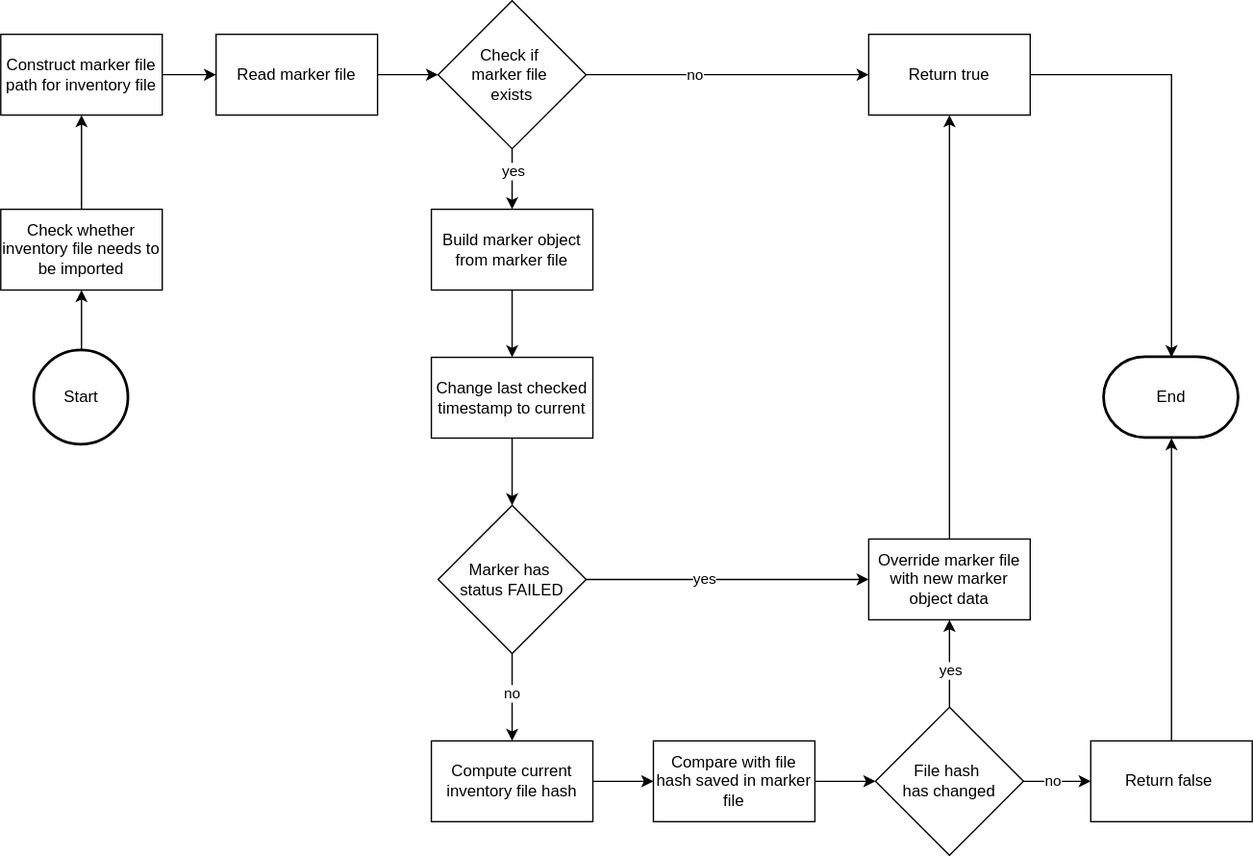
Earlier version of the draw.io export metaeffekt-inventory-index/ae-inventory-importer-service/docs/images/inventory-needs-to-be-imported-check.drawio.svg (org-metaeffekt/metaeffekt-documentation). Source tidied: cells renumbered, new cells last; positions are measured from the earlier drawing's top-left corner, leaving out a move shared by most shapes. The source it was exported from:
```xml
<mxGraphModel>
  <root>
    <mxCell id="0" />
    <mxCell id="1" parent="0" />
    <mxCell id="2" style="edgeStyle=orthogonalEdgeStyle;rounded=0;jettySize=auto;html=1;" parent="1" edge="1" source="3" target="10">
      <mxGeometry relative="1" as="geometry" />
    </mxCell>
    <mxCell id="3" value="Check whether inventory file needs to be imported" style="rounded=0;whiteSpace=wrap;html=1;" parent="1" vertex="1">
      <mxGeometry y="155" width="120" height="60" as="geometry" />
    </mxCell>
    <mxCell id="4" style="edgeStyle=orthogonalEdgeStyle;rounded=0;jettySize=auto;html=1;" parent="1" edge="1" source="8" target="14">
      <mxGeometry relative="1" as="geometry" />
    </mxCell>
    <mxCell id="5" value="no" style="edgeLabel;html=1;align=center;verticalAlign=middle;" parent="4" vertex="1">
      <mxGeometry x="-0.25" relative="1" as="geometry">
        <mxPoint x="1" y="-1" as="offset" />
      </mxGeometry>
    </mxCell>
    <mxCell id="6" style="edgeStyle=orthogonalEdgeStyle;rounded=0;jettySize=auto;html=1;" parent="1" edge="1" source="8" target="17">
      <mxGeometry relative="1" as="geometry" />
    </mxCell>
    <mxCell id="7" value="yes" style="edgeLabel;html=1;align=center;verticalAlign=middle;" parent="6" vertex="1">
      <mxGeometry x="-0.29" relative="1" as="geometry" />
    </mxCell>
    <mxCell id="8" value="Check if&amp;nbsp;&lt;div&gt;marker&amp;nbsp;&lt;span style=&quot;background-color: transparent; color: light-dark(rgb(0, 0, 0), rgb(255, 255, 255));&quot;&gt;file&amp;nbsp;&lt;/span&gt;&lt;/div&gt;&lt;div&gt;&lt;span style=&quot;background-color: transparent; color: light-dark(rgb(0, 0, 0), rgb(255, 255, 255));&quot;&gt;exists&lt;/span&gt;&lt;/div&gt;" style="rhombus;whiteSpace=wrap;html=1;" parent="1" vertex="1">
      <mxGeometry x="325" width="110" height="110" as="geometry" />
    </mxCell>
    <mxCell id="9" style="edgeStyle=orthogonalEdgeStyle;rounded=0;jettySize=auto;html=1;" parent="1" edge="1" source="10" target="12">
      <mxGeometry relative="1" as="geometry" />
    </mxCell>
    <mxCell id="10" value="Construct marker file path for inventory file" style="rounded=0;whiteSpace=wrap;html=1;" parent="1" vertex="1">
      <mxGeometry y="25" width="120" height="60" as="geometry" />
    </mxCell>
    <mxCell id="11" style="edgeStyle=orthogonalEdgeStyle;rounded=0;jettySize=auto;html=1;" parent="1" edge="1" source="12" target="8">
      <mxGeometry relative="1" as="geometry" />
    </mxCell>
    <mxCell id="12" value="Read marker file" style="rounded=0;whiteSpace=wrap;html=1;" parent="1" vertex="1">
      <mxGeometry x="160" y="25" width="120" height="60" as="geometry" />
    </mxCell>
    <mxCell id="13" value="End" style="strokeWidth=2;html=1;shape=mxgraph.flowchart.terminator;whiteSpace=wrap;" parent="1" vertex="1">
      <mxGeometry x="820" y="265" width="100" height="60" as="geometry" />
    </mxCell>
    <mxCell id="14" value="Return true" style="rounded=0;whiteSpace=wrap;html=1;" parent="1" vertex="1">
      <mxGeometry x="645" y="25" width="120" height="60" as="geometry" />
    </mxCell>
    <mxCell id="15" style="edgeStyle=orthogonalEdgeStyle;rounded=0;jettySize=auto;html=1;entryX=0.5;entryY=0;entryDx=0;entryDy=0;entryPerimeter=0;" parent="1" edge="1" source="14" target="13">
      <mxGeometry relative="1" as="geometry" />
    </mxCell>
    <mxCell id="16" style="edgeStyle=orthogonalEdgeStyle;rounded=0;jettySize=auto;html=1;" parent="1" edge="1" source="17" target="19">
      <mxGeometry relative="1" as="geometry" />
    </mxCell>
    <mxCell id="17" value="Build marker object from marker file" style="rounded=0;whiteSpace=wrap;html=1;" parent="1" vertex="1">
      <mxGeometry x="320" y="155" width="120" height="60" as="geometry" />
    </mxCell>
    <mxCell id="18" style="edgeStyle=orthogonalEdgeStyle;rounded=0;jettySize=auto;html=1;" parent="1" edge="1" source="19" target="24">
      <mxGeometry relative="1" as="geometry" />
    </mxCell>
    <mxCell id="19" value="Change last checked timestamp to current" style="rounded=0;whiteSpace=wrap;html=1;" parent="1" vertex="1">
      <mxGeometry x="320" y="265" width="120" height="60" as="geometry" />
    </mxCell>
    <mxCell id="20" style="edgeStyle=orthogonalEdgeStyle;rounded=0;jettySize=auto;html=1;" parent="1" edge="1" source="24" target="26">
      <mxGeometry relative="1" as="geometry" />
    </mxCell>
    <mxCell id="21" value="yes" style="edgeLabel;html=1;align=center;verticalAlign=middle;" parent="20" vertex="1">
      <mxGeometry x="-0.16" y="-1" relative="1" as="geometry">
        <mxPoint x="-1" y="-2" as="offset" />
      </mxGeometry>
    </mxCell>
    <mxCell id="22" style="edgeStyle=orthogonalEdgeStyle;rounded=0;jettySize=auto;html=1;" parent="1" edge="1" source="24" target="28">
      <mxGeometry relative="1" as="geometry" />
    </mxCell>
    <mxCell id="23" value="no" style="edgeLabel;html=1;align=center;verticalAlign=middle;" parent="22" vertex="1">
      <mxGeometry x="-0.05" relative="1" as="geometry">
        <mxPoint x="-1" y="-2" as="offset" />
      </mxGeometry>
    </mxCell>
    <mxCell id="24" value="Marker has&amp;nbsp;&lt;div&gt;status FAILED&lt;/div&gt;" style="rhombus;whiteSpace=wrap;html=1;" parent="1" vertex="1">
      <mxGeometry x="325" y="375" width="110" height="110" as="geometry" />
    </mxCell>
    <mxCell id="25" style="edgeStyle=orthogonalEdgeStyle;rounded=0;jettySize=auto;html=1;entryX=0.5;entryY=1;entryDx=0;entryDy=0;" parent="1" edge="1" source="26" target="14">
      <mxGeometry relative="1" as="geometry" />
    </mxCell>
    <mxCell id="26" value="Override marker file with new marker object data" style="rounded=0;whiteSpace=wrap;html=1;" parent="1" vertex="1">
      <mxGeometry x="645" y="400" width="120" height="60" as="geometry" />
    </mxCell>
    <mxCell id="27" style="edgeStyle=orthogonalEdgeStyle;rounded=0;jettySize=auto;html=1;entryX=0;entryY=0.5;entryDx=0;entryDy=0;" parent="1" edge="1" source="28" target="35">
      <mxGeometry relative="1" as="geometry" />
    </mxCell>
    <mxCell id="28" value="Compute current inventory file hash" style="rounded=0;whiteSpace=wrap;html=1;" parent="1" vertex="1">
      <mxGeometry x="320" y="550" width="120" height="60" as="geometry" />
    </mxCell>
    <mxCell id="29" style="edgeStyle=orthogonalEdgeStyle;rounded=0;jettySize=auto;html=1;entryX=0.5;entryY=1;entryDx=0;entryDy=0;" parent="1" edge="1" source="33" target="26">
      <mxGeometry relative="1" as="geometry" />
    </mxCell>
    <mxCell id="30" value="yes" style="edgeLabel;html=1;align=center;verticalAlign=middle;" parent="29" vertex="1">
      <mxGeometry x="-0.56" relative="1" as="geometry">
        <mxPoint y="-14" as="offset" />
      </mxGeometry>
    </mxCell>
    <mxCell id="31" style="edgeStyle=orthogonalEdgeStyle;rounded=0;jettySize=auto;html=1;" parent="1" edge="1" source="33" target="36">
      <mxGeometry relative="1" as="geometry" />
    </mxCell>
    <mxCell id="32" value="no" style="edgeLabel;html=1;align=center;verticalAlign=middle;" parent="31" vertex="1">
      <mxGeometry x="-0.16" y="-1" relative="1" as="geometry">
        <mxPoint y="-2" as="offset" />
      </mxGeometry>
    </mxCell>
    <mxCell id="33" value="File hash&amp;nbsp;&lt;div&gt;has changed&lt;/div&gt;" style="rhombus;whiteSpace=wrap;html=1;" parent="1" vertex="1">
      <mxGeometry x="650" y="525" width="110" height="110" as="geometry" />
    </mxCell>
    <mxCell id="34" style="edgeStyle=orthogonalEdgeStyle;rounded=0;jettySize=auto;html=1;" parent="1" edge="1" source="35" target="33">
      <mxGeometry relative="1" as="geometry" />
    </mxCell>
    <mxCell id="35" value="Compare with file hash saved in marker file" style="rounded=0;whiteSpace=wrap;html=1;" parent="1" vertex="1">
      <mxGeometry x="485" y="550" width="120" height="60" as="geometry" />
    </mxCell>
    <mxCell id="36" value="Return false&amp;nbsp;" style="rounded=0;whiteSpace=wrap;html=1;" parent="1" vertex="1">
      <mxGeometry x="810" y="550" width="120" height="60" as="geometry" />
    </mxCell>
    <mxCell id="37" style="edgeStyle=orthogonalEdgeStyle;rounded=0;jettySize=auto;html=1;exitX=0.5;exitY=0;exitDx=0;exitDy=0;entryX=0.5;entryY=1;entryDx=0;entryDy=0;entryPerimeter=0;" parent="1" edge="1" source="36" target="13">
      <mxGeometry relative="1" as="geometry" />
    </mxCell>
    <mxCell id="38" style="edgeStyle=orthogonalEdgeStyle;rounded=0;jettySize=auto;html=1;" parent="1" edge="1" source="39" target="3">
      <mxGeometry relative="1" as="geometry" />
    </mxCell>
    <mxCell id="39" value="Start" style="strokeWidth=2;html=1;shape=mxgraph.flowchart.start_2;whiteSpace=wrap;" parent="1" vertex="1">
      <mxGeometry x="25" y="260" width="70" height="70" as="geometry" />
    </mxCell>
  </root>
</mxGraphModel>
```
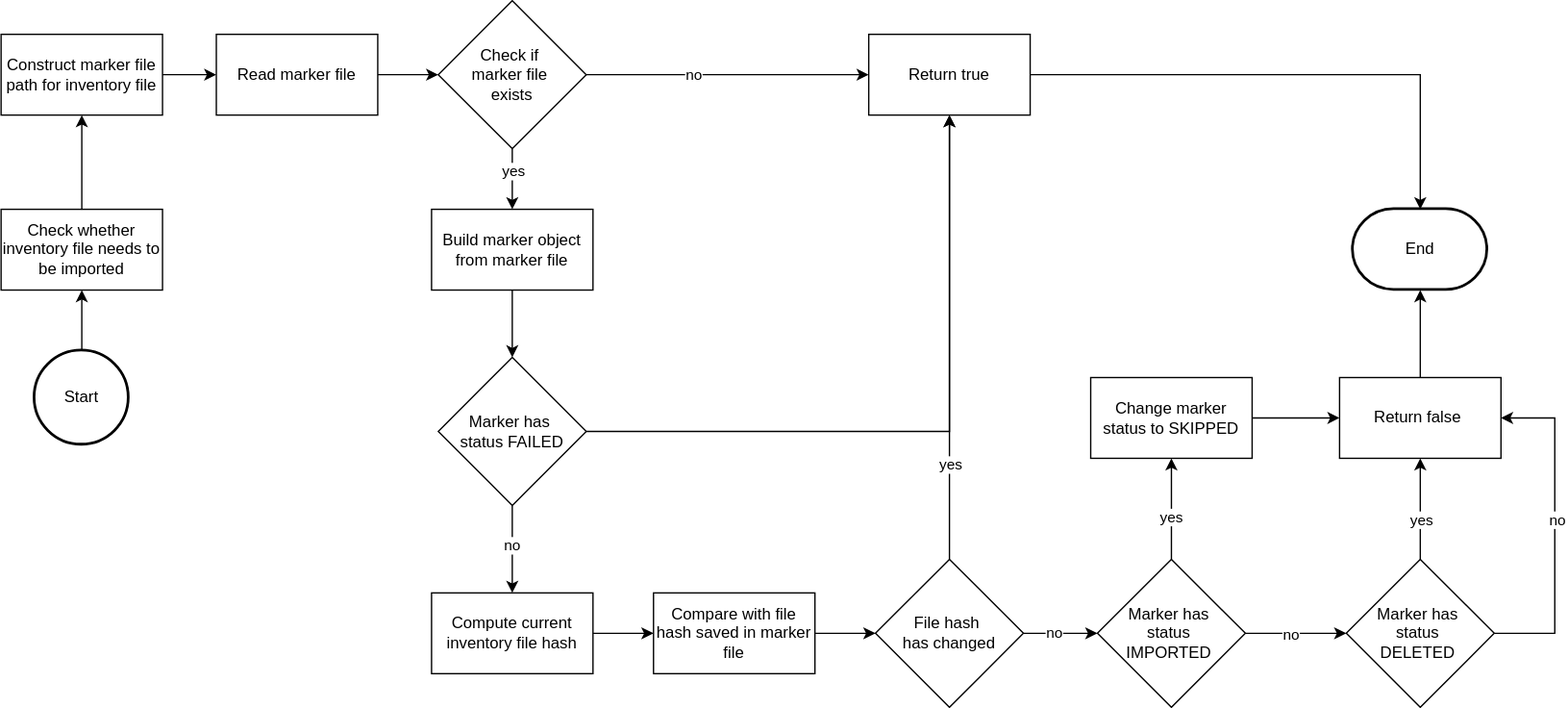
After the change.

Commit message:
AE-2051: revised documentation for importer service

Diff of the diagram source:
```diff
@@ -38,7 +38,7 @@
       <mxGeometry x="160" y="25" width="120" height="60" as="geometry" />
     </mxCell>
     <mxCell id="13" value="End" style="strokeWidth=2;html=1;shape=mxgraph.flowchart.terminator;whiteSpace=wrap;" parent="1" vertex="1">
-      <mxGeometry x="820" y="265" width="100" height="60" as="geometry" />
+      <mxGeometry x="1005" y="155" width="100" height="60" as="geometry" />
     </mxCell>
     <mxCell id="14" value="Return true" style="rounded=0;whiteSpace=wrap;html=1;" parent="1" vertex="1">
       <mxGeometry x="645" y="25" width="120" height="60" as="geometry" />
@@ -46,26 +46,12 @@
     <mxCell id="15" style="edgeStyle=orthogonalEdgeStyle;rounded=0;jettySize=auto;html=1;entryX=0.5;entryY=0;entryDx=0;entryDy=0;entryPerimeter=0;" parent="1" edge="1" source="14" target="13">
       <mxGeometry relative="1" as="geometry" />
     </mxCell>
-    <mxCell id="16" style="edgeStyle=orthogonalEdgeStyle;rounded=0;jettySize=auto;html=1;" parent="1" edge="1" source="17" target="19">
+    <mxCell id="16" style="edgeStyle=orthogonalEdgeStyle;rounded=0;jettySize=auto;html=1;entryX=0.5;entryY=0;entryDx=0;entryDy=0;" parent="1" edge="1" source="17" target="24">
       <mxGeometry relative="1" as="geometry" />
     </mxCell>
     <mxCell id="17" value="Build marker object from marker file" style="rounded=0;whiteSpace=wrap;html=1;" parent="1" vertex="1">
       <mxGeometry x="320" y="155" width="120" height="60" as="geometry" />
     </mxCell>
-    <mxCell id="18" style="edgeStyle=orthogonalEdgeStyle;rounded=0;jettySize=auto;html=1;" parent="1" edge="1" source="19" target="24">
-      <mxGeometry relative="1" as="geometry" />
-    </mxCell>
-    <mxCell id="19" value="Change last checked timestamp to current" style="rounded=0;whiteSpace=wrap;html=1;" parent="1" vertex="1">
-      <mxGeometry x="320" y="265" width="120" height="60" as="geometry" />
-    </mxCell>
-    <mxCell id="20" style="edgeStyle=orthogonalEdgeStyle;rounded=0;jettySize=auto;html=1;" parent="1" edge="1" source="24" target="26">
-      <mxGeometry relative="1" as="geometry" />
-    </mxCell>
-    <mxCell id="21" value="yes" style="edgeLabel;html=1;align=center;verticalAlign=middle;" parent="20" vertex="1">
-      <mxGeometry x="-0.16" y="-1" relative="1" as="geometry">
-        <mxPoint x="-1" y="-2" as="offset" />
-      </mxGeometry>
-    </mxCell>
     <mxCell id="22" style="edgeStyle=orthogonalEdgeStyle;rounded=0;jettySize=auto;html=1;" parent="1" edge="1" source="24" target="28">
       <mxGeometry relative="1" as="geometry" />
     </mxCell>
@@ -74,30 +60,27 @@
         <mxPoint x="-1" y="-2" as="offset" />
       </mxGeometry>
     </mxCell>
+    <mxCell id="40" style="edgeStyle=orthogonalEdgeStyle;rounded=0;jettySize=auto;html=1;exitX=1;exitY=0.5;exitDx=0;exitDy=0;entryX=0.5;entryY=1;entryDx=0;entryDy=0;" parent="1" edge="1" source="24" target="14">
+      <mxGeometry relative="1" as="geometry" />
+    </mxCell>
-    <mxCell id="24" value="Marker has&amp;nbsp;&lt;div&gt;status FAILED&lt;/div&gt;" style="rhombus;whiteSpace=wrap;html=1;" parent="1" vertex="1">
-      <mxGeometry x="325" y="375" width="110" height="110" as="geometry" />
+    <mxCell id="24" value="Marker has&amp;nbsp;&lt;div&gt;status FAILED&lt;br&gt;&lt;/div&gt;" style="rhombus;whiteSpace=wrap;html=1;" parent="1" vertex="1">
+      <mxGeometry x="325" y="265" width="110" height="110" as="geometry" />
     </mxCell>
-    <mxCell id="25" style="edgeStyle=orthogonalEdgeStyle;rounded=0;jettySize=auto;html=1;entryX=0.5;entryY=1;entryDx=0;entryDy=0;" parent="1" edge="1" source="26" target="14">
-      <mxGeometry relative="1" as="geometry" />
-    </mxCell>
-    <mxCell id="26" value="Override marker file with new marker object data" style="rounded=0;whiteSpace=wrap;html=1;" parent="1" vertex="1">
-      <mxGeometry x="645" y="400" width="120" height="60" as="geometry" />
-    </mxCell>
     <mxCell id="27" style="edgeStyle=orthogonalEdgeStyle;rounded=0;jettySize=auto;html=1;entryX=0;entryY=0.5;entryDx=0;entryDy=0;" parent="1" edge="1" source="28" target="35">
       <mxGeometry relative="1" as="geometry" />
     </mxCell>
     <mxCell id="28" value="Compute current inventory file hash" style="rounded=0;whiteSpace=wrap;html=1;" parent="1" vertex="1">
-      <mxGeometry x="320" y="550" width="120" height="60" as="geometry" />
+      <mxGeometry x="320" y="440" width="120" height="60" as="geometry" />
     </mxCell>
-    <mxCell id="29" style="edgeStyle=orthogonalEdgeStyle;rounded=0;jettySize=auto;html=1;entryX=0.5;entryY=1;entryDx=0;entryDy=0;" parent="1" edge="1" source="33" target="26">
+    <mxCell id="29" style="edgeStyle=orthogonalEdgeStyle;rounded=0;jettySize=auto;html=1;entryX=0.5;entryY=1;entryDx=0;entryDy=0;" parent="1" edge="1" source="33" target="14">
       <mxGeometry relative="1" as="geometry" />
     </mxCell>
     <mxCell id="30" value="yes" style="edgeLabel;html=1;align=center;verticalAlign=middle;" parent="29" vertex="1">
       <mxGeometry x="-0.56" relative="1" as="geometry">
-        <mxPoint y="-14" as="offset" />
+        <mxPoint y="2" as="offset" />
       </mxGeometry>
     </mxCell>
-    <mxCell id="31" style="edgeStyle=orthogonalEdgeStyle;rounded=0;jettySize=auto;html=1;" parent="1" edge="1" source="33" target="36">
+    <mxCell id="31" style="edgeStyle=orthogonalEdgeStyle;rounded=0;jettySize=auto;html=1;entryX=0;entryY=0.5;entryDx=0;entryDy=0;" parent="1" edge="1" source="33" target="45">
       <mxGeometry relative="1" as="geometry" />
     </mxCell>
     <mxCell id="32" value="no" style="edgeLabel;html=1;align=center;verticalAlign=middle;" parent="31" vertex="1">
@@ -106,16 +89,16 @@
       </mxGeometry>
     </mxCell>
     <mxCell id="33" value="File hash&amp;nbsp;&lt;div&gt;has changed&lt;/div&gt;" style="rhombus;whiteSpace=wrap;html=1;" parent="1" vertex="1">
-      <mxGeometry x="650" y="525" width="110" height="110" as="geometry" />
+      <mxGeometry x="650" y="415" width="110" height="110" as="geometry" />
     </mxCell>
     <mxCell id="34" style="edgeStyle=orthogonalEdgeStyle;rounded=0;jettySize=auto;html=1;" parent="1" edge="1" source="35" target="33">
       <mxGeometry relative="1" as="geometry" />
     </mxCell>
     <mxCell id="35" value="Compare with file hash saved in marker file" style="rounded=0;whiteSpace=wrap;html=1;" parent="1" vertex="1">
-      <mxGeometry x="485" y="550" width="120" height="60" as="geometry" />
+      <mxGeometry x="485" y="440" width="120" height="60" as="geometry" />
     </mxCell>
     <mxCell id="36" value="Return false&amp;nbsp;" style="rounded=0;whiteSpace=wrap;html=1;" parent="1" vertex="1">
-      <mxGeometry x="810" y="550" width="120" height="60" as="geometry" />
+      <mxGeometry x="995" y="280" width="120" height="60" as="geometry" />
     </mxCell>
     <mxCell id="37" style="edgeStyle=orthogonalEdgeStyle;rounded=0;jettySize=auto;html=1;exitX=0.5;exitY=0;exitDx=0;exitDy=0;entryX=0.5;entryY=1;entryDx=0;entryDy=0;entryPerimeter=0;" parent="1" edge="1" source="36" target="13">
       <mxGeometry relative="1" as="geometry" />
@@ -126,5 +109,48 @@
     <mxCell id="39" value="Start" style="strokeWidth=2;html=1;shape=mxgraph.flowchart.start_2;whiteSpace=wrap;" parent="1" vertex="1">
       <mxGeometry x="25" y="260" width="70" height="70" as="geometry" />
     </mxCell>
+    <mxCell id="41" style="edgeStyle=orthogonalEdgeStyle;rounded=0;jettySize=auto;html=1;" parent="1" edge="1" source="45" target="47">
+      <mxGeometry relative="1" as="geometry" />
+    </mxCell>
+    <mxCell id="42" value="yes" style="edgeLabel;html=1;align=center;verticalAlign=middle;" parent="41" vertex="1">
+      <mxGeometry x="-0.15" y="1" relative="1" as="geometry" />
+    </mxCell>
+    <mxCell id="43" style="edgeStyle=orthogonalEdgeStyle;rounded=0;jettySize=auto;html=1;" parent="1" edge="1" source="45" target="52">
+      <mxGeometry relative="1" as="geometry" />
+    </mxCell>
+    <mxCell id="44" value="no" style="edgeLabel;html=1;align=center;verticalAlign=middle;" parent="43" vertex="1">
+      <mxGeometry x="-0.13" y="-1" relative="1" as="geometry">
+        <mxPoint x="1" y="-1" as="offset" />
+      </mxGeometry>
+    </mxCell>
+    <mxCell id="45" value="&lt;div&gt;Marker has&amp;nbsp;&lt;/div&gt;&lt;div&gt;status&amp;nbsp;&lt;/div&gt;&lt;div&gt;IMPORTED&amp;nbsp;&lt;/div&gt;" style="rhombus;whiteSpace=wrap;html=1;" parent="1" vertex="1">
+      <mxGeometry x="815" y="415" width="110" height="110" as="geometry" />
+    </mxCell>
+    <mxCell id="46" style="edgeStyle=orthogonalEdgeStyle;rounded=0;jettySize=auto;html=1;" parent="1" edge="1" source="47" target="36">
+      <mxGeometry relative="1" as="geometry" />
+    </mxCell>
+    <mxCell id="47" value="Change marker status to SKIPPED" style="rounded=0;whiteSpace=wrap;html=1;" parent="1" vertex="1">
+      <mxGeometry x="810" y="280" width="120" height="60" as="geometry" />
+    </mxCell>
+    <mxCell id="48" style="edgeStyle=orthogonalEdgeStyle;rounded=0;jettySize=auto;html=1;" parent="1" edge="1" source="52" target="36">
+      <mxGeometry relative="1" as="geometry" />
+    </mxCell>
+    <mxCell id="49" value="yes" style="edgeLabel;html=1;align=center;verticalAlign=middle;" parent="48" vertex="1">
+      <mxGeometry x="-0.19" relative="1" as="geometry" />
+    </mxCell>
+    <mxCell id="50" style="edgeStyle=orthogonalEdgeStyle;rounded=0;jettySize=auto;html=1;exitX=1;exitY=0.5;exitDx=0;exitDy=0;entryX=1;entryY=0.5;entryDx=0;entryDy=0;" parent="1" edge="1" source="52" target="36">
+      <mxGeometry relative="1" as="geometry">
+        <Array as="points">
+          <mxPoint x="1155" y="470" />
+          <mxPoint x="1155" y="310" />
+        </Array>
+      </mxGeometry>
+    </mxCell>
+    <mxCell id="51" value="no" style="edgeLabel;html=1;align=center;verticalAlign=middle;" parent="50" vertex="1">
+      <mxGeometry x="0.06" y="-1" relative="1" as="geometry" />
+    </mxCell>
+    <mxCell id="52" value="&lt;div&gt;Marker has&amp;nbsp;&lt;/div&gt;&lt;div&gt;status&amp;nbsp;&lt;/div&gt;&lt;div&gt;DELETED&amp;nbsp;&lt;/div&gt;" style="rhombus;whiteSpace=wrap;html=1;" parent="1" vertex="1">
+      <mxGeometry x="1000" y="415" width="110" height="110" as="geometry" />
+    </mxCell>
   </root>
 </mxGraphModel>
```
